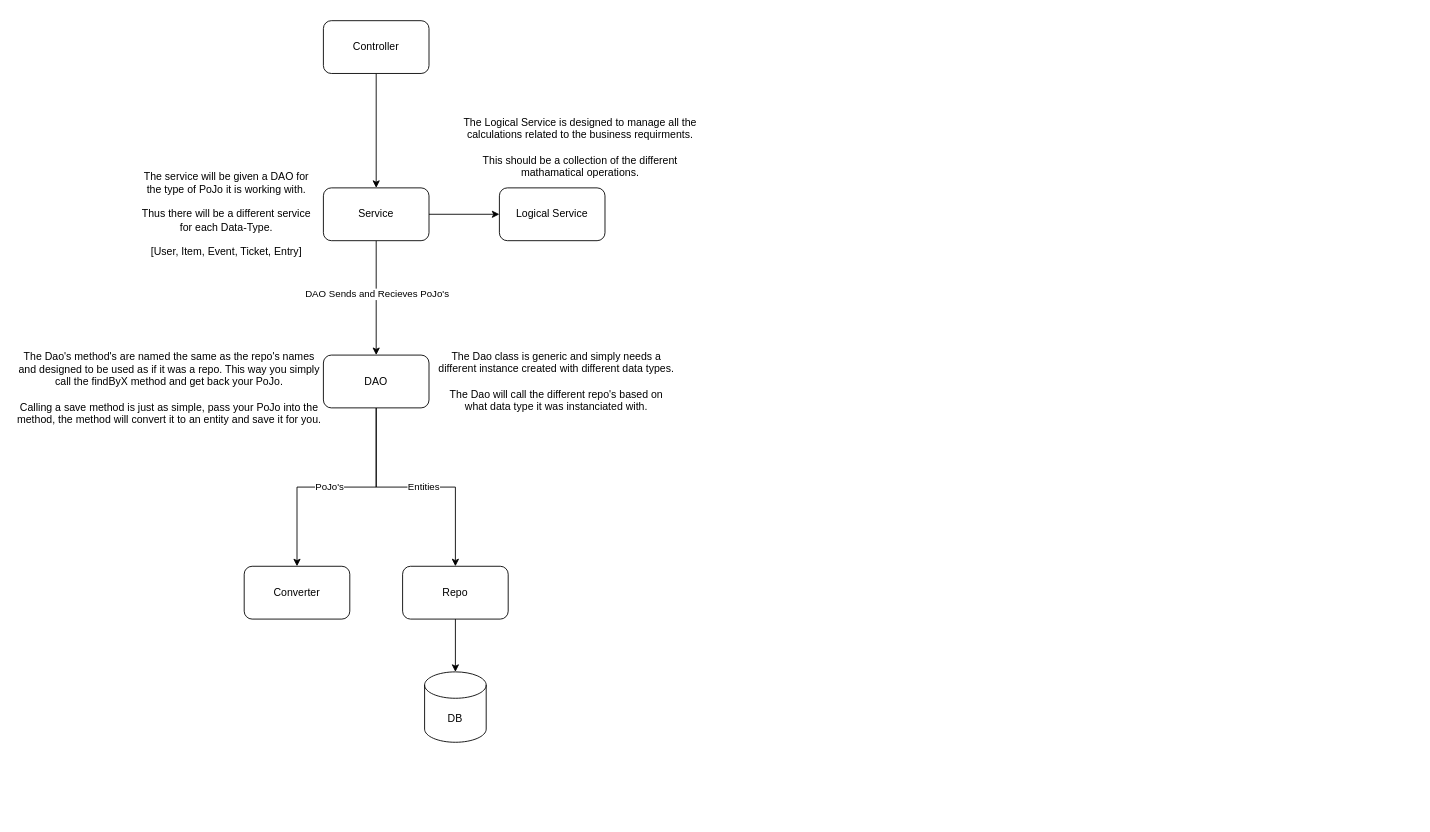
The draw.io diagram page "Application Flow" (3 of 9) of Raffle-design.drawio in GingerNinja2962/TMM_Raffle, before the edit. Source tidied: cells renumbered, new cells numbered last; positions are measured from the earlier drawing's top-left corner, leaving out a move shared by most shapes. Both pictures are drawn from the tidied source at 88%, with x=0, y=0 at pixel (15, 20).
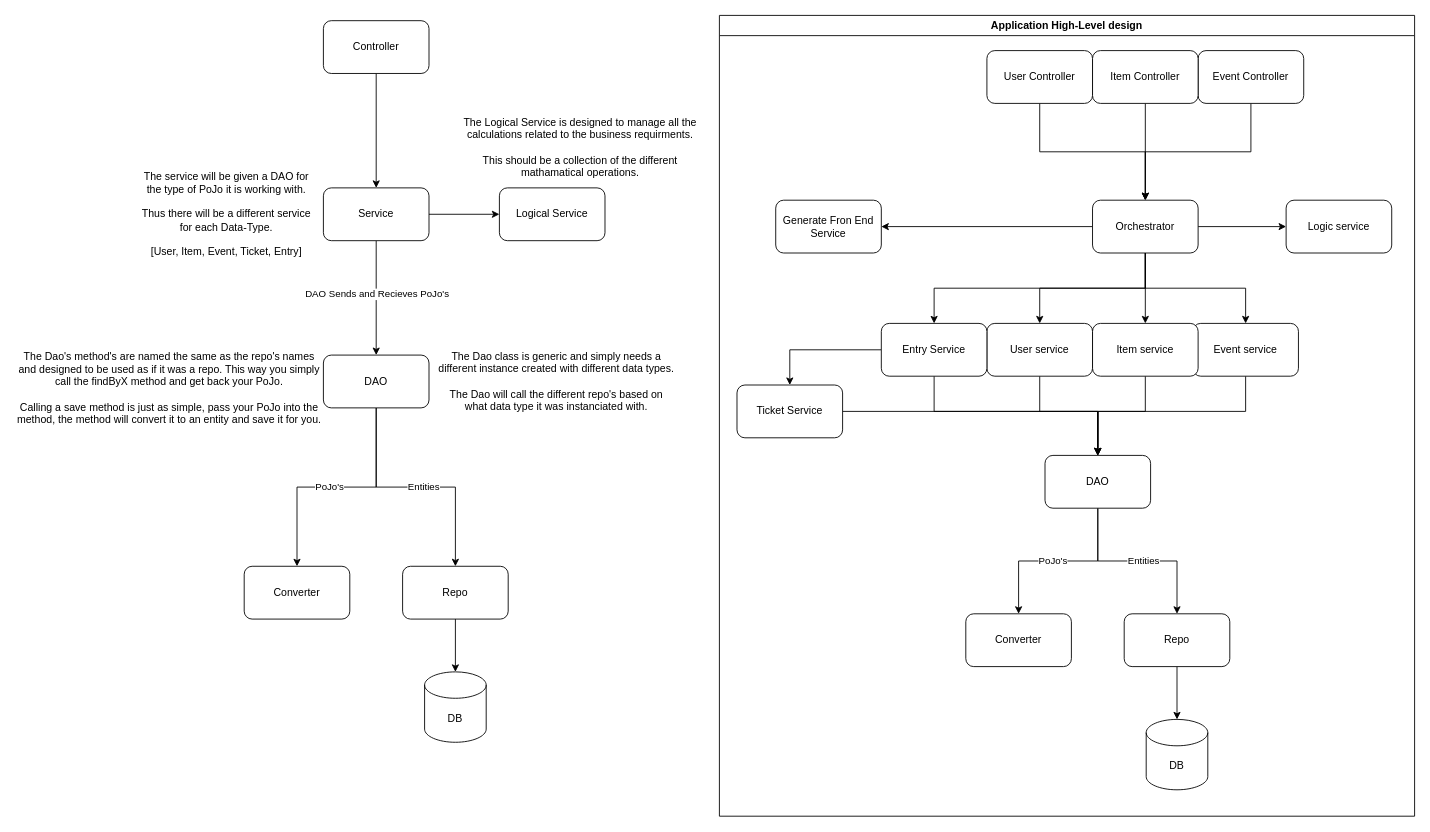
The same page after the edit.

Commit message (it also covers changes not shown here):
Adjusted application Architecture

What changed in the source:
```diff
@@
+    <mxCell id="22" value="Application High-Level design" style="swimlane;whiteSpace=wrap;html=1;" parent="1" vertex="1">
+      <mxGeometry x="800" y="-6" width="790" height="910" as="geometry" />
+    </mxCell>
+    <mxCell id="23" style="group;" parent="22" vertex="1">
+      <mxGeometry x="20" y="40" width="744" height="840" as="geometry" />
+    </mxCell>
+    <mxCell id="24" style="edgeStyle=orthogonalEdgeStyle;rounded=0;jettySize=auto;html=1;" parent="23" edge="1" source="30" target="46">
+      <mxGeometry relative="1" as="geometry" />
+    </mxCell>
+    <mxCell id="25" style="edgeStyle=orthogonalEdgeStyle;rounded=0;jettySize=auto;html=1;" parent="23" edge="1" source="30" target="47">
+      <mxGeometry relative="1" as="geometry" />
+    </mxCell>
+    <mxCell id="26" style="edgeStyle=orthogonalEdgeStyle;rounded=0;jettySize=auto;html=1;" parent="23" edge="1" source="30" target="48">
+      <mxGeometry relative="1" as="geometry" />
+    </mxCell>
+    <mxCell id="27" style="edgeStyle=orthogonalEdgeStyle;rounded=0;jettySize=auto;html=1;" parent="23" edge="1" source="30" target="50">
+      <mxGeometry relative="1" as="geometry">
+        <Array as="points">
+          <mxPoint x="464" y="270" />
+          <mxPoint x="224" y="270" />
+        </Array>
+      </mxGeometry>
+    </mxCell>
+    <mxCell id="28" style="edgeStyle=orthogonalEdgeStyle;rounded=0;jettySize=auto;html=1;" parent="23" edge="1" source="30" target="37">
+      <mxGeometry relative="1" as="geometry" />
+    </mxCell>
+    <mxCell id="29" style="edgeStyle=orthogonalEdgeStyle;rounded=0;jettySize=auto;html=1;" parent="23" edge="1" source="30" target="31">
+      <mxGeometry relative="1" as="geometry" />
+    </mxCell>
+    <mxCell id="30" value="Orchestrator" style="rounded=1;whiteSpace=wrap;html=1;" parent="23" vertex="1">
+      <mxGeometry x="404" y="170" width="120" height="60" as="geometry" />
+    </mxCell>
+    <mxCell id="31" value="Logic service" style="rounded=1;whiteSpace=wrap;html=1;" parent="23" vertex="1">
+      <mxGeometry x="624" y="170" width="120" height="60" as="geometry" />
+    </mxCell>
+    <mxCell id="32" style="edgeStyle=orthogonalEdgeStyle;rounded=0;jettySize=auto;html=1;" parent="23" edge="1" source="46" target="57">
+      <mxGeometry relative="1" as="geometry">
+        <Array as="points">
+          <mxPoint x="578" y="410" />
+          <mxPoint x="410" y="410" />
+        </Array>
+      </mxGeometry>
+    </mxCell>
+    <mxCell id="33" style="edgeStyle=orthogonalEdgeStyle;rounded=0;jettySize=auto;html=1;" parent="23" edge="1" source="47" target="57">
+      <mxGeometry relative="1" as="geometry">
+        <Array as="points">
+          <mxPoint x="464" y="410" />
+          <mxPoint x="410" y="410" />
+        </Array>
+      </mxGeometry>
+    </mxCell>
+    <mxCell id="34" style="edgeStyle=orthogonalEdgeStyle;rounded=0;jettySize=auto;html=1;" parent="23" edge="1" source="48" target="57">
+      <mxGeometry relative="1" as="geometry">
+        <Array as="points">
+          <mxPoint x="344" y="410" />
+          <mxPoint x="410" y="410" />
+        </Array>
+      </mxGeometry>
+    </mxCell>
+    <mxCell id="35" style="edgeStyle=orthogonalEdgeStyle;rounded=0;jettySize=auto;html=1;" parent="23" edge="1" source="50" target="57">
+      <mxGeometry relative="1" as="geometry">
+        <Array as="points">
+          <mxPoint x="224" y="410" />
+          <mxPoint x="410" y="410" />
+        </Array>
+      </mxGeometry>
+    </mxCell>
+    <mxCell id="36" style="edgeStyle=orthogonalEdgeStyle;rounded=0;jettySize=auto;html=1;" parent="23" edge="1" source="51" target="57">
+      <mxGeometry relative="1" as="geometry" />
+    </mxCell>
+    <mxCell id="37" value="Generate Fron End Service" style="rounded=1;whiteSpace=wrap;html=1;" parent="23" vertex="1">
+      <mxGeometry x="44" y="170" width="120" height="60" as="geometry" />
+    </mxCell>
+    <mxCell id="38" style="edgeStyle=orthogonalEdgeStyle;rounded=0;jettySize=auto;html=1;" parent="23" edge="1" source="42" target="30">
+      <mxGeometry relative="1" as="geometry" />
+    </mxCell>
+    <mxCell id="39" style="edgeStyle=orthogonalEdgeStyle;rounded=0;jettySize=auto;html=1;" parent="23" edge="1" source="43" target="30">
+      <mxGeometry relative="1" as="geometry" />
+    </mxCell>
+    <mxCell id="40" style="edgeStyle=orthogonalEdgeStyle;rounded=0;jettySize=auto;html=1;" parent="23" edge="1" source="44" target="30">
+      <mxGeometry relative="1" as="geometry" />
+    </mxCell>
+    <mxCell id="41" style="group;" parent="23" vertex="1">
+      <mxGeometry x="284" width="360" height="60" as="geometry" />
+    </mxCell>
+    <mxCell id="42" value="Event Controller" style="whiteSpace=wrap;html=1;rounded=1;" parent="41" vertex="1">
+      <mxGeometry x="240" width="120" height="60" as="geometry" />
+    </mxCell>
+    <mxCell id="43" value="Item Controller" style="whiteSpace=wrap;html=1;rounded=1;" parent="41" vertex="1">
+      <mxGeometry x="120" width="120" height="60" as="geometry" />
+    </mxCell>
+    <mxCell id="44" value="User Controller" style="whiteSpace=wrap;html=1;rounded=1;" parent="41" vertex="1">
+      <mxGeometry width="120" height="60" as="geometry" />
+    </mxCell>
+    <mxCell id="45" style="group;" parent="23" vertex="1">
+      <mxGeometry y="310" width="638" height="130" as="geometry" />
+    </mxCell>
+    <mxCell id="46" value="Event service" style="whiteSpace=wrap;html=1;rounded=1;" parent="45" vertex="1">
+      <mxGeometry x="518" width="120" height="60" as="geometry" />
+    </mxCell>
+    <mxCell id="47" value="Item service" style="whiteSpace=wrap;html=1;rounded=1;" parent="45" vertex="1">
+      <mxGeometry x="404" width="120" height="60" as="geometry" />
+    </mxCell>
+    <mxCell id="48" value="User service" style="whiteSpace=wrap;html=1;rounded=1;" parent="45" vertex="1">
+      <mxGeometry x="284" width="120" height="60" as="geometry" />
+    </mxCell>
+    <mxCell id="49" style="edgeStyle=orthogonalEdgeStyle;rounded=0;jettySize=auto;html=1;" parent="45" edge="1" source="50" target="51">
+      <mxGeometry relative="1" as="geometry" />
+    </mxCell>
+    <mxCell id="50" value="Entry Service" style="rounded=1;whiteSpace=wrap;html=1;" parent="45" vertex="1">
+      <mxGeometry x="164" width="120" height="60" as="geometry" />
+    </mxCell>
+    <mxCell id="51" value="Ticket Service" style="rounded=1;whiteSpace=wrap;html=1;" parent="45" vertex="1">
+      <mxGeometry y="70" width="120" height="60" as="geometry" />
+    </mxCell>
+    <mxCell id="52" style="group;" parent="23" vertex="1">
+      <mxGeometry x="260" y="460" width="300" height="380" as="geometry" />
+    </mxCell>
+    <mxCell id="53" style="edgeStyle=orthogonalEdgeStyle;rounded=0;jettySize=auto;html=1;" parent="52" edge="1" source="57" target="58">
+      <mxGeometry relative="1" as="geometry" />
+    </mxCell>
+    <mxCell id="54" value="PoJo's" style="edgeLabel;html=1;align=center;verticalAlign=middle;" parent="53" vertex="1">
+      <mxGeometry x="0.07" y="-1" relative="1" as="geometry" />
+    </mxCell>
+    <mxCell id="55" style="edgeStyle=orthogonalEdgeStyle;rounded=0;jettySize=auto;html=1;" parent="52" edge="1" source="57" target="60">
+      <mxGeometry relative="1" as="geometry" />
+    </mxCell>
+    <mxCell id="56" value="Entities" style="edgeLabel;html=1;align=center;verticalAlign=middle;" parent="55" vertex="1">
+      <mxGeometry x="0.06" y="1" relative="1" as="geometry" />
+    </mxCell>
+    <mxCell id="57" value="DAO" style="whiteSpace=wrap;html=1;rounded=1;" parent="52" vertex="1">
+      <mxGeometry x="90" width="120" height="60" as="geometry" />
+    </mxCell>
+    <mxCell id="58" value="Converter" style="whiteSpace=wrap;html=1;rounded=1;" parent="52" vertex="1">
+      <mxGeometry y="180" width="120" height="60" as="geometry" />
+    </mxCell>
+    <mxCell id="59" style="edgeStyle=orthogonalEdgeStyle;rounded=0;jettySize=auto;html=1;" parent="52" edge="1" source="60" target="61">
+      <mxGeometry relative="1" as="geometry" />
+    </mxCell>
+    <mxCell id="60" value="Repo" style="whiteSpace=wrap;html=1;rounded=1;" parent="52" vertex="1">
+      <mxGeometry x="180" y="180" width="120" height="60" as="geometry" />
+    </mxCell>
+    <mxCell id="61" value="DB" style="shape=cylinder3;whiteSpace=wrap;html=1;boundedLbl=1;backgroundOutline=1;size=15;" parent="52" vertex="1">
+      <mxGeometry x="205" y="300" width="70" height="80" as="geometry" />
+    </mxCell>
```
